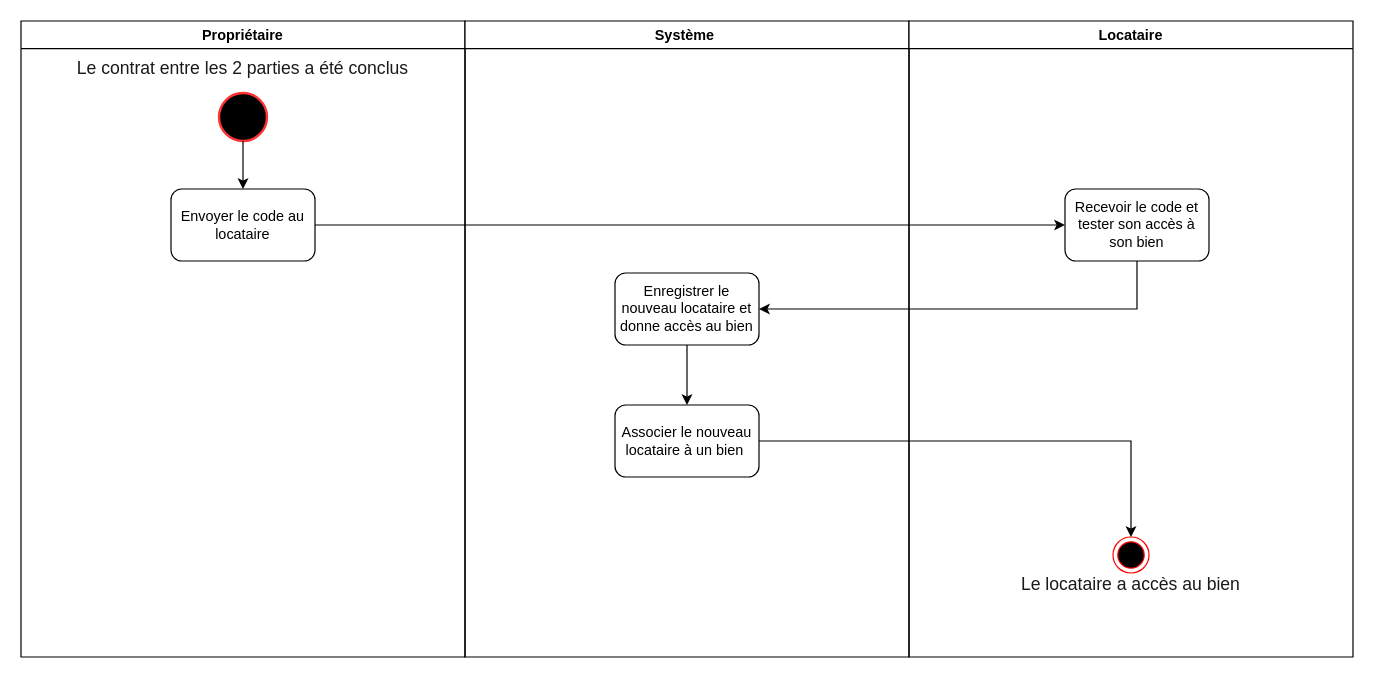
Earlier version of the draw.io diagram page "( +) Envoyer code" (12 of 23) of Ko-loc (1).drawio (Julienthum/Co-Lock). Source tidied: cells renumbered, new cells numbered last; positions are measured from the earlier drawing's top-left corner, leaving out a move shared by most shapes. Both pictures are drawn from the tidied source at 120%, with x=0, y=0 at pixel (20, 20).
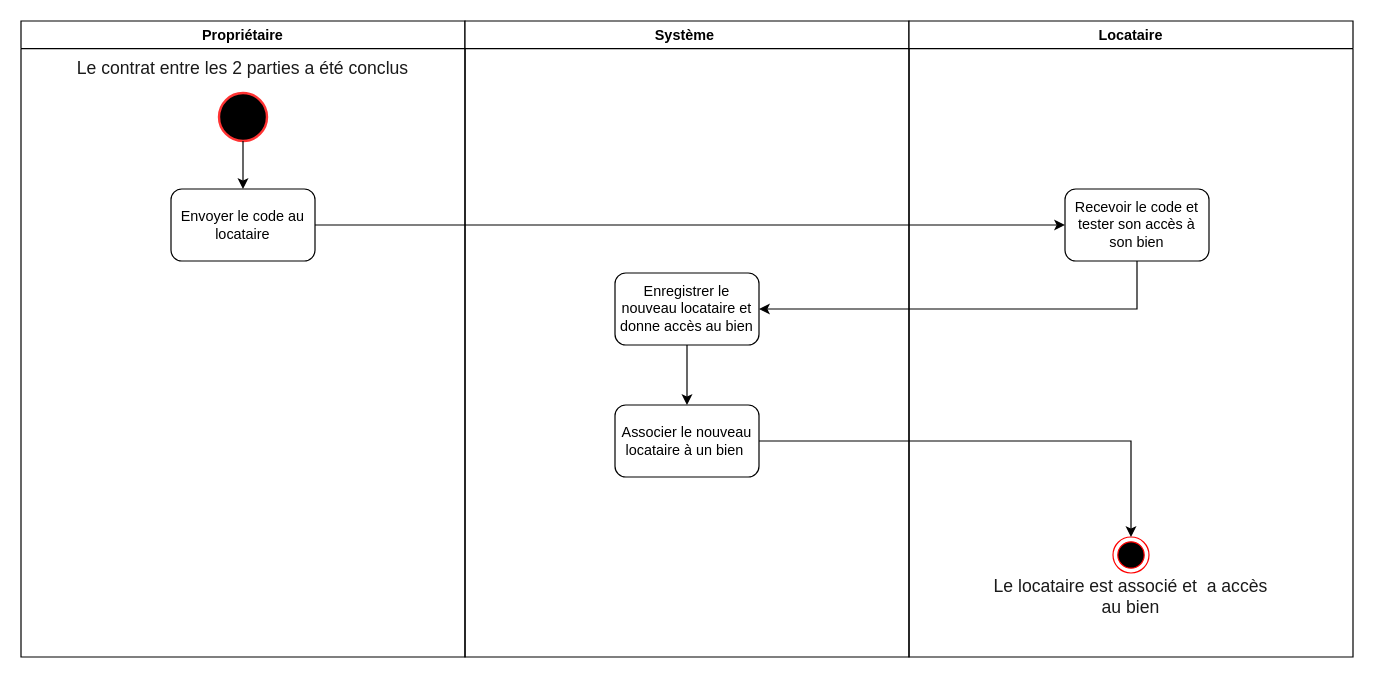
The same page after the edit.

Diff of the diagram source:
```diff
@@
 <mxGraphModel>
   <root>
     <mxCell id="0" />
     <mxCell id="1" parent="0" />
     <mxCell id="2" value="Propriétaire" style="swimlane;fontSize=12;strokeColor=#000000;fillColor=#FFFFFF;" parent="1" vertex="1">
       <mxGeometry width="370" height="530" as="geometry" />
     </mxCell>
     <mxCell id="3" style="strokeWidth=2;html=1;shape=mxgraph.flowchart.start_2;whiteSpace=wrap;fontSize=14;fillColor=#000000;strokeColor=#FF3333;" parent="2" vertex="1">
       <mxGeometry x="165" y="60" width="40" height="40" as="geometry" />
     </mxCell>
     <mxCell id="4" value="&lt;font color=&quot;#1a1a1a&quot; face=&quot;calibri, sans-serif&quot;&gt;&lt;span style=&quot;font-size: 14.6667px&quot;&gt;Le contrat entre les 2 parties a été conclus&lt;/span&gt;&lt;/font&gt;" style="text;html=1;strokeColor=none;fillColor=none;align=center;verticalAlign=middle;whiteSpace=wrap;rounded=0;fontSize=14;" parent="2" vertex="1">
       <mxGeometry x="45" y="30" width="280" height="20" as="geometry" />
     </mxCell>
     <mxCell id="5" value="Envoyer le code au locataire" style="rounded=1;whiteSpace=wrap;html=1;fontSize=12;strokeColor=#000000;fillColor=#FFFFFF;" parent="2" vertex="1">
       <mxGeometry x="125" y="140" width="120" height="60" as="geometry" />
     </mxCell>
     <mxCell id="6" style="edgeStyle=orthogonalEdgeStyle;rounded=0;jettySize=auto;html=1;entryX=0.5;entryY=0;entryDx=0;entryDy=0;fontSize=12;" parent="2" edge="1" source="3" target="5">
       <mxGeometry relative="1" as="geometry" />
     </mxCell>
     <mxCell id="7" value="Système " style="swimlane;fontSize=12;strokeColor=#000000;fillColor=#FFFFFF;" parent="1" vertex="1">
       <mxGeometry x="370" width="370" height="530" as="geometry" />
     </mxCell>
     <mxCell id="8" style="edgeStyle=orthogonalEdgeStyle;rounded=0;jettySize=auto;html=1;exitX=0.5;exitY=1;exitDx=0;exitDy=0;entryX=0.5;entryY=0;entryDx=0;entryDy=0;" parent="7" edge="1" source="9" target="10">
       <mxGeometry relative="1" as="geometry" />
     </mxCell>
     <mxCell id="9" value="Enregistrer le nouveau locataire et donne accès au bien" style="rounded=1;whiteSpace=wrap;html=1;fontSize=12;strokeColor=#000000;fillColor=#FFFFFF;" parent="7" vertex="1">
       <mxGeometry x="125" y="210" width="120" height="60" as="geometry" />
     </mxCell>
     <mxCell id="10" value="Associer le nouveau locataire à un bien&amp;nbsp;" style="rounded=1;whiteSpace=wrap;html=1;fontSize=12;strokeColor=#000000;fillColor=#FFFFFF;" parent="7" vertex="1">
       <mxGeometry x="125" y="320" width="120" height="60" as="geometry" />
     </mxCell>
     <mxCell id="11" value="Locataire" style="swimlane;fontSize=12;strokeColor=#000000;fillColor=#FFFFFF;startSize=23;" parent="1" vertex="1">
       <mxGeometry x="740" width="370" height="530" as="geometry" />
     </mxCell>
     <mxCell id="12" style="ellipse;html=1;shape=endState;fillColor=#000000;strokeColor=#ff0000;fontSize=12;" parent="11" vertex="1">
       <mxGeometry x="170" y="430" width="30" height="30" as="geometry" />
     </mxCell>
-    <mxCell id="13" value="&lt;font color=&quot;#1a1a1a&quot; face=&quot;calibri, sans-serif&quot;&gt;&lt;span style=&quot;font-size: 14.6667px&quot;&gt;Le locataire a accès au bien&lt;/span&gt;&lt;/font&gt;" style="text;html=1;strokeColor=none;fillColor=none;align=center;verticalAlign=middle;whiteSpace=wrap;rounded=0;fontSize=14;" parent="11" vertex="1">
-      <mxGeometry x="65" y="460" width="240" height="20" as="geometry" />
+    <mxCell id="13" value="&lt;font color=&quot;#1a1a1a&quot; face=&quot;calibri, sans-serif&quot;&gt;&lt;span style=&quot;font-size: 14.6667px&quot;&gt;Le locataire est associé et&amp;nbsp; a accès au bien&lt;/span&gt;&lt;/font&gt;" style="text;html=1;strokeColor=none;fillColor=none;align=center;verticalAlign=middle;whiteSpace=wrap;rounded=0;fontSize=14;" parent="11" vertex="1">
+      <mxGeometry x="65" y="470" width="240" height="20" as="geometry" />
     </mxCell>
     <mxCell id="14" value="Recevoir le code et tester son accès à son bien" style="rounded=1;whiteSpace=wrap;html=1;fontSize=12;strokeColor=#000000;fillColor=#FFFFFF;" parent="11" vertex="1">
       <mxGeometry x="130" y="140" width="120" height="60" as="geometry" />
     </mxCell>
     <mxCell id="15" style="edgeStyle=orthogonalEdgeStyle;rounded=0;jettySize=auto;html=1;fontSize=12;" parent="1" edge="1" source="5" target="14">
       <mxGeometry relative="1" as="geometry" />
     </mxCell>
     <mxCell id="16" style="edgeStyle=orthogonalEdgeStyle;rounded=0;jettySize=auto;html=1;exitX=0.5;exitY=1;exitDx=0;exitDy=0;entryX=1;entryY=0.5;entryDx=0;entryDy=0;" parent="1" edge="1" source="14" target="9">
       <mxGeometry relative="1" as="geometry" />
     </mxCell>
     <mxCell id="17" style="edgeStyle=orthogonalEdgeStyle;rounded=0;jettySize=auto;html=1;exitX=1;exitY=0.5;exitDx=0;exitDy=0;entryX=0.5;entryY=0;entryDx=0;entryDy=0;" parent="1" edge="1" source="10" target="12">
       <mxGeometry relative="1" as="geometry" />
     </mxCell>
   </root>
 </mxGraphModel>
```
